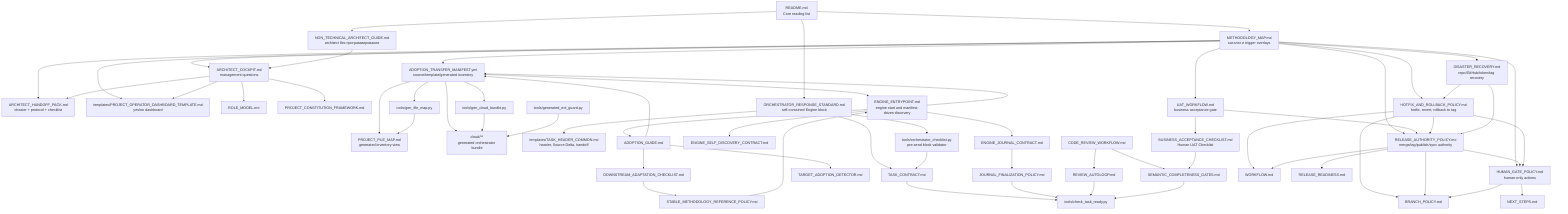
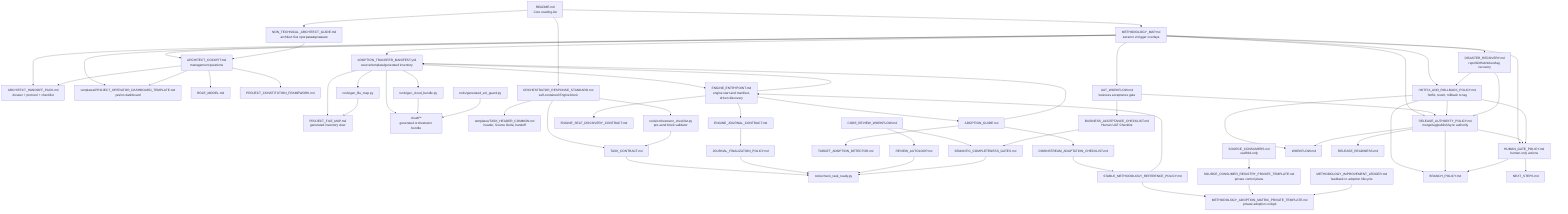
flowchart TB
  README["README.md<br/>Core reading-list"]
  MAP["METHODOLOGY_MAP.md<br/>каталог и trigger overlays"]
  MANIFEST["ADOPTION_TRANSFER_MANIFEST.yml<br/>source/template/generated inventory"]
  FILEMAP["PROJECT_FILE_MAP.md<br/>generated inventory view"]
  CLOUD["cloud/**<br/>generated orchestrator bundle"]
  NONTECH["NON_TECHNICAL_ARCHITECT_GUIDE.md<br/>architect без программирования"]
  COCKPIT["ARCHITECT_COCKPIT.md<br/>management questions"]
  HANDOFF["ARCHITECT_HANDOFF_PACK.md<br/>dossier + protocol + checklist"]
  OPDASH["templates/PROJECT_OPERATOR_DASHBOARD_TEMPLATE.md<br/>yes/no dashboard"]
  ROLE["ROLE_MODEL.md"]
  CONSTITUTION["PROJECT_CONSTITUTION_FRAMEWORK.md"]

  ORCH["ORCHESTRATOR_RESPONSE_STANDARD.md<br/>self-contained Engine block"]
  TASKHEADER["templates/TASK_HEADER_COMMON.md<br/>header, Source Delta, handoff"]
  ORCHCHECK["tools/orchestrator_checklist.py<br/>pre-send block validator"]

  ENTRY["ENGINE_ENTRYPOINT.md<br/>engine start and manifest-driven discovery"]
  SELF["ENGINE_SELF_DISCOVERY_CONTRACT.md"]
  TASKCONTRACT["TASK_CONTRACT.md"]
  JOURNAL["ENGINE_JOURNAL_CONTRACT.md"]
  FINALIZE["JOURNAL_FINALIZATION_POLICY.md"]
  READY["tools/check_task_ready.py"]

  ADOPT["ADOPTION_GUIDE.md"]
  DETECTOR["TARGET_ADOPTION_DETECTOR.md"]
  CHECKLIST["DOWNSTREAM_ADAPTATION_CHECKLIST.md"]
  STABLE["STABLE_METHODOLOGY_REFERENCE_POLICY.md"]
+   SOURCECONSUMERS["SOURCE_CONSUMERS.md<br/>scaffold-only"]
+   PRIVREG["SOURCE_CONSUMER_REGISTRY_PRIVATE_TEMPLATE.md<br/>private control plane"]
+   ADOPTIONMATRIX["METHODOLOGY_ADOPTION_MATRIX_PRIVATE_TEMPLATE.md<br/>private adoption cockpit"]
+   MIRLEDGER["METHODOLOGY_IMPROVEMENT_LEDGER.md<br/>feedback to adoption lifecycle"]

  REVIEW["CODE_REVIEW_WORKFLOW.md"]
  AUTOLOOP["REVIEW_AUTOLOOP.md"]
  SEMANTIC["SEMANTIC_COMPLETENESS_GATES.md"]

  RELEASEAUTH["RELEASE_AUTHORITY_POLICY.md<br/>merge/tag/publish/sync authority"]
  HUMANGATE["HUMAN_GATE_POLICY.md<br/>human-only actions"]
  UAT["UAT_WORKFLOW.md<br/>business acceptance gate"]
  UATCHECK["BUSINESS_ACCEPTANCE_CHECKLIST.md<br/>Human UAT Checklist"]
  HOTFIX["HOTFIX_AND_ROLLBACK_POLICY.md<br/>hotfix, revert, rollback to tag"]
  DR["DISASTER_RECOVERY.md<br/>repo/GitHub/token/tag recovery"]
  BRANCH["BRANCH_POLICY.md"]
  WORKFLOW["WORKFLOW.md"]
  READINESS["RELEASE_READINESS.md"]
  NEXT["NEXT_STEPS.md"]

  GENMAP["tools/gen_file_map.py"]
  GENCLOUD["tools/gen_cloud_bundle.py"]
  EOL["tools/generated_eol_guard.py"]

  README --> MAP
  README --> NONTECH
  README --> ORCH
  MAP --> MANIFEST
  MAP --> COCKPIT
  MAP --> HANDOFF
  MAP --> OPDASH
  NONTECH --> COCKPIT
  COCKPIT --> HANDOFF
  COCKPIT --> OPDASH
  COCKPIT --> ROLE
  COCKPIT --> CONSTITUTION
  MANIFEST --> FILEMAP
  MANIFEST --> CLOUD
  MANIFEST --> ENTRY

  ORCH --> TASKHEADER
  ORCH --> ORCHCHECK
  ORCH --> TASKCONTRACT
  ORCHCHECK --> TASKCONTRACT

  ENTRY --> SELF
  ENTRY --> MANIFEST
  ENTRY --> ADOPT
  ENTRY --> JOURNAL
  TASKCONTRACT --> READY
  JOURNAL --> FINALIZE
  FINALIZE --> READY

  ADOPT --> DETECTOR
  ADOPT --> MANIFEST
  ADOPT --> CHECKLIST
  CHECKLIST --> STABLE
  STABLE --> ENTRY
+   STABLE --> ADOPTIONMATRIX
+   SOURCECONSUMERS --> PRIVREG
+   PRIVREG --> ADOPTIONMATRIX
+   MIRLEDGER --> ADOPTIONMATRIX

  REVIEW --> AUTOLOOP
  REVIEW --> SEMANTIC
  AUTOLOOP --> READY
  SEMANTIC --> READY

  MAP --> RELEASEAUTH
  MAP --> HUMANGATE
  MAP --> UAT
  MAP --> HOTFIX
  MAP --> DR
  RELEASEAUTH --> HUMANGATE
  UAT --> UATCHECK
  UAT --> RELEASEAUTH
  UATCHECK --> SEMANTIC
  HOTFIX --> RELEASEAUTH
  HOTFIX --> HUMANGATE
  HOTFIX --> BRANCH
  HOTFIX --> WORKFLOW
  DR --> HOTFIX
  DR --> RELEASEAUTH
  RELEASEAUTH --> BRANCH
  RELEASEAUTH --> WORKFLOW
  RELEASEAUTH --> READINESS
  HUMANGATE --> BRANCH
  HUMANGATE --> NEXT

  MANIFEST --> GENMAP
  MANIFEST --> GENCLOUD
  GENMAP --> FILEMAP
  GENCLOUD --> CLOUD
  EOL --> CLOUD
